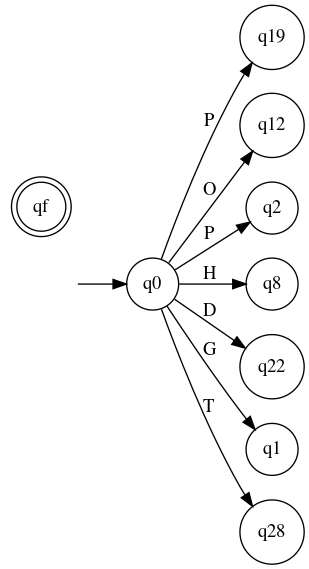
Above: http-headers-validator.gv.png in Mewbi/lfa (Graphviz), before the change. Its source is kept beside it as http-headers-validator.gv. Source of this version:
```dot
digraph "http-headers-validator" {
	graph [rankdir=LR]
	"" [label="" shape=plaintext]
	qf [label=qf shape=doublecircle]
	q19 [label=q19 shape=circle]
	q12 [label=q12 shape=circle]
	q0 [label=q0 shape=circle]
	q2 [label=q2 shape=circle]
	q8 [label=q8 shape=circle]
	q22 [label=q22 shape=circle]
	q1 [label=q1 shape=circle]
	q28 [label=q28 shape=circle]
	"" -> q0 [label=""]
	q0 -> q12 [label=O]
	q0 -> q1 [label=G]
	q0 -> q8 [label=H]
	q0 -> q19 [label=P]
	q0 -> q2 [label=P]
	q0 -> q28 [label=T]
	q0 -> q22 [label=D]
}
```
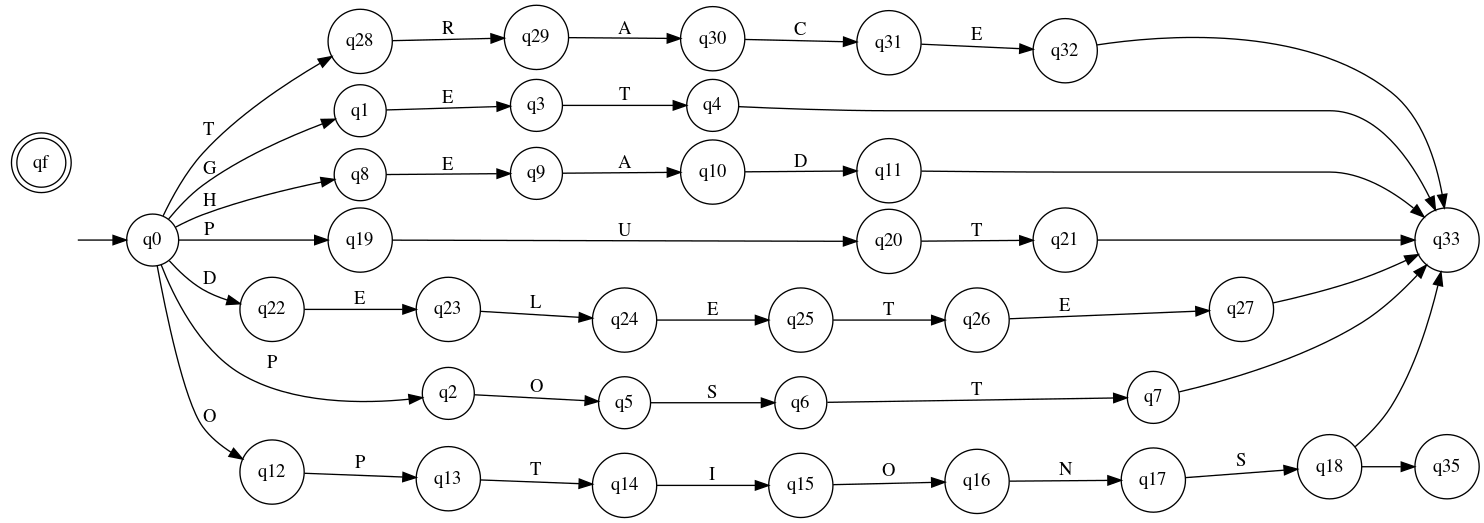
Later version of the same file.

The edit, as a diff of the source:
```diff
@@ -2,14 +2,41 @@
 	graph [rankdir=LR]
 	"" [label="" shape=plaintext]
 	qf [label=qf shape=doublecircle]
+	q31 [label=q31 shape=circle]
+	q32 [label=q32 shape=circle]
+	q13 [label=q13 shape=circle]
+	q22 [label=q22 shape=circle]
+	q4 [label=q4 shape=circle]
+	q24 [label=q24 shape=circle]
+	q23 [label=q23 shape=circle]
+	q16 [label=q16 shape=circle]
+	q17 [label=q17 shape=circle]
+	q14 [label=q14 shape=circle]
+	q20 [label=q20 shape=circle]
+	q3 [label=q3 shape=circle]
+	q15 [label=q15 shape=circle]
+	q9 [label=q9 shape=circle]
+	q11 [label=q11 shape=circle]
+	q29 [label=q29 shape=circle]
+	q30 [label=q30 shape=circle]
+	q21 [label=q21 shape=circle]
+	q6 [label=q6 shape=circle]
+	q0 [label=q0 shape=circle]
+	q5 [label=q5 shape=circle]
+	q12 [label=q12 shape=circle]
+	q8 [label=q8 shape=circle]
+	q28 [label=q28 shape=circle]
+	q26 [label=q26 shape=circle]
+	q2 [label=q2 shape=circle]
+	q33 [label=q33 shape=circle]
+	q27 [label=q27 shape=circle]
 	q19 [label=q19 shape=circle]
-	q12 [label=q12 shape=circle]
-	q0 [label=q0 shape=circle]
-	q2 [label=q2 shape=circle]
-	q8 [label=q8 shape=circle]
-	q22 [label=q22 shape=circle]
 	q1 [label=q1 shape=circle]
-	q28 [label=q28 shape=circle]
+	q7 [label=q7 shape=circle]
+	q25 [label=q25 shape=circle]
+	q10 [label=q10 shape=circle]
+	q35 [label=q35 shape=circle]
+	q18 [label=q18 shape=circle]
 	"" -> q0 [label=""]
 	q0 -> q12 [label=O]
 	q0 -> q1 [label=G]
@@ -18,4 +45,37 @@
 	q0 -> q2 [label=P]
 	q0 -> q28 [label=T]
 	q0 -> q22 [label=D]
+	q12 -> q13 [label=P]
+	q13 -> q14 [label=T]
+	q14 -> q15 [label=I]
+	q15 -> q16 [label=O]
+	q16 -> q17 [label=N]
+	q17 -> q18 [label=S]
+	q18 -> q35 [label=" "]
+	q18 -> q33 [label=" "]
+	q1 -> q3 [label=E]
+	q3 -> q4 [label=T]
+	q4 -> q33 [label=" "]
+	q8 -> q9 [label=E]
+	q9 -> q10 [label=A]
+	q10 -> q11 [label=D]
+	q11 -> q33 [label=" "]
+	q2 -> q5 [label=O]
+	q5 -> q6 [label=S]
+	q6 -> q7 [label=T]
+	q7 -> q33 [label=" "]
+	q19 -> q20 [label=U]
+	q20 -> q21 [label=T]
+	q21 -> q33 [label=" "]
+	q28 -> q29 [label=R]
+	q29 -> q30 [label=A]
+	q30 -> q31 [label=C]
+	q31 -> q32 [label=E]
+	q32 -> q33 [label=" "]
+	q22 -> q23 [label=E]
+	q23 -> q24 [label=L]
+	q24 -> q25 [label=E]
+	q25 -> q26 [label=T]
+	q26 -> q27 [label=E]
+	q27 -> q33 [label=" "]
 }
```
